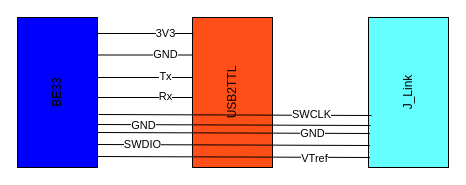
Above: BE33withJlink.drawio in harishkumarslm/ble (draw.io), before the change. Source tidied: cells renumbered, new cells numbered last; positions are measured from the earlier drawing's top-left corner, leaving out a move shared by most shapes. Both pictures are drawn from the tidied source at 100%, with x=0, y=0 at pixel (-18, 33).
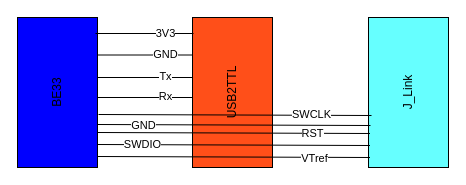
The same diagram, later.

The change refers to these unchanged cells:
```xml
<mxCell id="17" style="endArrow=none;html=1;rounded=0;exitX=0.353;exitY=1.025;exitDx=0;exitDy=0;exitPerimeter=0;entryX=0.347;entryY=0;entryDx=0;entryDy=0;entryPerimeter=0;" parent="1" edge="1">
  <mxGeometry relative="1" as="geometry">
    <mxPoint x="114.5" y="99" as="sourcePoint" />
    <mxPoint x="387.5" y="100" as="targetPoint" />
  </mxGeometry>
</mxCell>
```

What changed in the source:
```diff
@@
-    <mxCell id="18" value="GND" style="edgeLabel;html=1;align=center;verticalAlign=middle;" parent="17" vertex="1">
+    <mxCell id="18" value="RST" style="edgeLabel;html=1;align=center;verticalAlign=middle;" parent="17" vertex="1">
       <mxGeometry x="0.57" relative="1" as="geometry">
         <mxPoint x="1" as="offset" />
       </mxGeometry>
     </mxCell>
```
